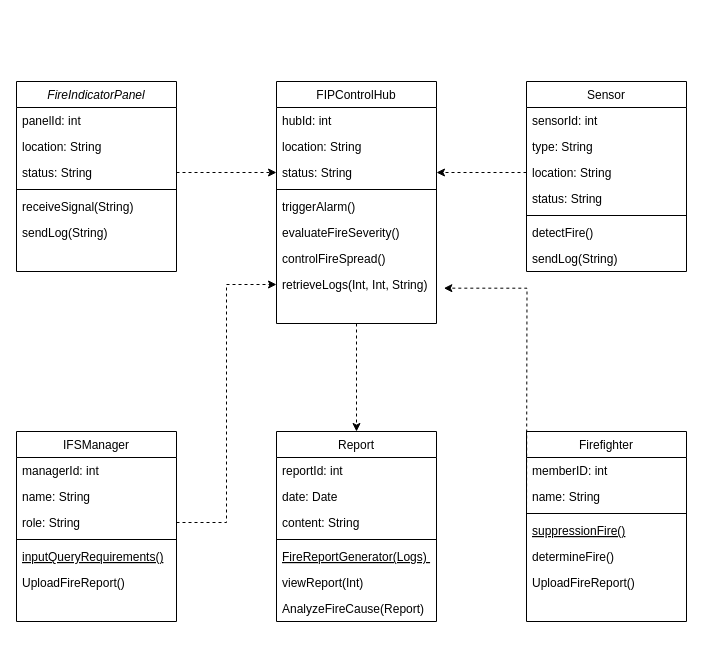
Earlier version of the draw.io diagram ass2/系统类图.drawio (demosRun/INFO6030). Source tidied: cells renumbered, new cells numbered last; positions are measured from the earlier drawing's top-left corner, leaving out a move shared by most shapes. Both pictures are drawn from the tidied source at 100%, with x=0, y=0 at pixel (16, 81).
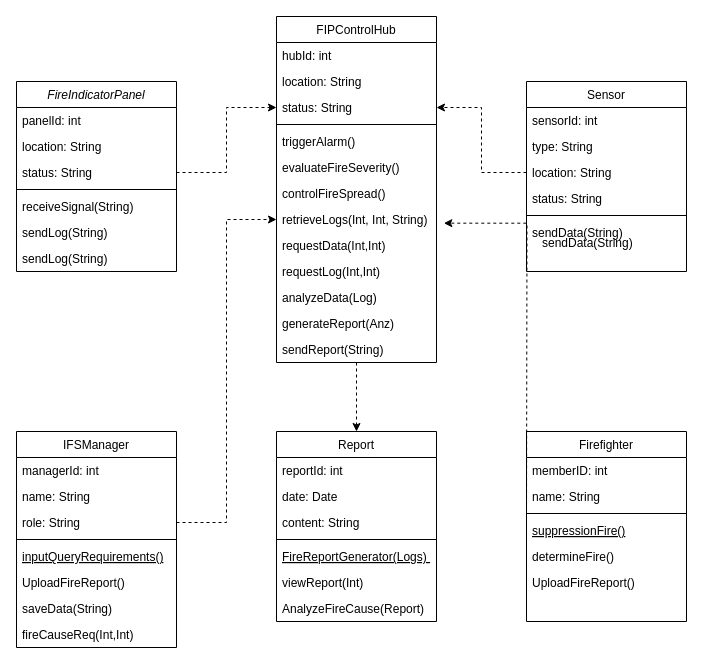
After the change.

The change refers to these unchanged cells:
```xml
<mxCell id="2" value="FireIndicatorPanel          " style="swimlane;fontStyle=2;align=center;verticalAlign=top;horizontal=1;startSize=26;rounded=0;shadow=0;strokeWidth=1;" parent="1" vertex="1">
  <mxGeometry width="160" height="190" as="geometry" />
</mxCell>
<mxCell id="17" value="Sensor    " style="swimlane;fontStyle=0;align=center;verticalAlign=top;horizontal=1;startSize=26;rounded=0;shadow=0;strokeWidth=1;" parent="1" vertex="1">
  <mxGeometry x="510" width="160" height="190" as="geometry" />
</mxCell>
```

The edit, as a diff of the source:
```diff
@@
+    <mxCell id="24" value="sendLog(String)" style="text;align=left;verticalAlign=top;spacingLeft=4;spacingRight=4;overflow=hidden;" parent="2" vertex="1">
+      <mxGeometry y="164" width="160" height="26" as="geometry" />
+    </mxCell>
@@
-    <mxCell id="23" value="detectFire() " style="text;align=left;verticalAlign=top;spacingLeft=4;spacingRight=4;overflow=hidden;" parent="17" vertex="1">
+    <mxCell id="23" value="sendData(String)" style="text;align=left;verticalAlign=top;spacingLeft=4;spacingRight=4;overflow=hidden;" parent="17" vertex="1">
       <mxGeometry y="138" width="160" height="26" as="geometry" />
     </mxCell>
-    <mxCell id="24" value="sendLog(String)" style="text;align=left;verticalAlign=top;spacingLeft=4;spacingRight=4;overflow=hidden;" parent="17" vertex="1">
-      <mxGeometry y="164" width="160" height="26" as="geometry" />
-    </mxCell>
@@
     <mxCell id="26" value="FIPControlHub            " style="swimlane;fontStyle=0;align=center;verticalAlign=top;horizontal=1;startSize=26;rounded=0;shadow=0;strokeWidth=1;" parent="1" vertex="1">
-      <mxGeometry x="260" width="160" height="242" as="geometry" />
+      <mxGeometry x="260" y="-65" width="160" height="346" as="geometry" />
     </mxCell>
@@
+    <mxCell id="53" value="requestData(Int,Int)" style="text;align=left;verticalAlign=top;spacingLeft=4;spacingRight=4;overflow=hidden;rounded=0;shadow=0;html=0;" parent="26" vertex="1">
+      <mxGeometry y="216" width="160" height="26" as="geometry" />
+    </mxCell>
+    <mxCell id="54" value="requestLog(Int,Int)" style="text;align=left;verticalAlign=top;spacingLeft=4;spacingRight=4;overflow=hidden;rounded=0;shadow=0;html=0;" parent="26" vertex="1">
+      <mxGeometry y="242" width="160" height="26" as="geometry" />
+    </mxCell>
+    <mxCell id="55" value="analyzeData(Log)" style="text;align=left;verticalAlign=top;spacingLeft=4;spacingRight=4;overflow=hidden;rounded=0;shadow=0;html=0;" parent="26" vertex="1">
+      <mxGeometry y="268" width="160" height="26" as="geometry" />
+    </mxCell>
+    <mxCell id="56" value="generateReport(Anz)" style="text;align=left;verticalAlign=top;spacingLeft=4;spacingRight=4;overflow=hidden;rounded=0;shadow=0;html=0;" parent="26" vertex="1">
+      <mxGeometry y="294" width="160" height="26" as="geometry" />
+    </mxCell>
+    <mxCell id="57" value="sendReport(String)" style="text;align=left;verticalAlign=top;spacingLeft=4;spacingRight=4;overflow=hidden;rounded=0;shadow=0;html=0;" parent="26" vertex="1">
+      <mxGeometry y="320" width="160" height="26" as="geometry" />
+    </mxCell>
     <mxCell id="35" value="IFSManager            " style="swimlane;fontStyle=0;align=center;verticalAlign=top;horizontal=1;startSize=26;rounded=0;shadow=0;strokeWidth=1;" parent="1" vertex="1">
-      <mxGeometry y="350" width="160" height="190" as="geometry" />
+      <mxGeometry y="350" width="160" height="216" as="geometry" />
     </mxCell>
@@
+    <mxCell id="58" value="saveData(String)" style="text;align=left;verticalAlign=top;spacingLeft=4;spacingRight=4;overflow=hidden;" parent="35" vertex="1">
+      <mxGeometry y="164" width="160" height="26" as="geometry" />
+    </mxCell>
+    <mxCell id="59" value="fireCauseReq(Int,Int)" style="text;align=left;verticalAlign=top;spacingLeft=4;spacingRight=4;overflow=hidden;" parent="35" vertex="1">
+      <mxGeometry y="190" width="160" height="26" as="geometry" />
+    </mxCell>
@@
+    <mxCell id="60" value="sendData(String)" style="text;align=left;verticalAlign=top;spacingLeft=4;spacingRight=4;overflow=hidden;" parent="1" vertex="1">
+      <mxGeometry x="520" y="148" width="160" height="26" as="geometry" />
+    </mxCell>
```
